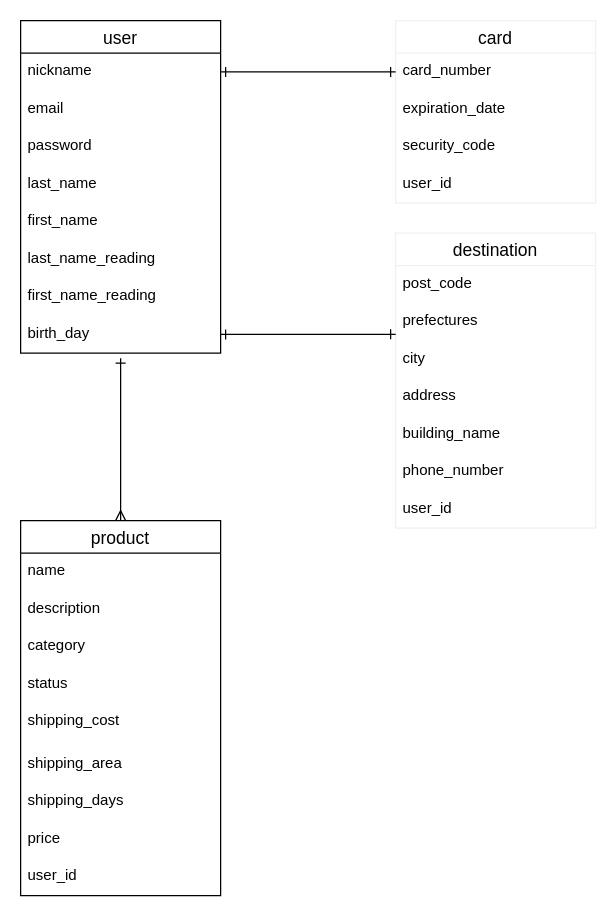
This is furima.dio from mitsurusekiguchi/furima-34455, a draw.io file, before an edit. Source tidied: cells renumbered, new cells numbered last; positions are measured from the earlier drawing's top-left corner, leaving out a move shared by most shapes. Both pictures are drawn from the tidied source at 125%, with x=0, y=0 at pixel (20, 20).
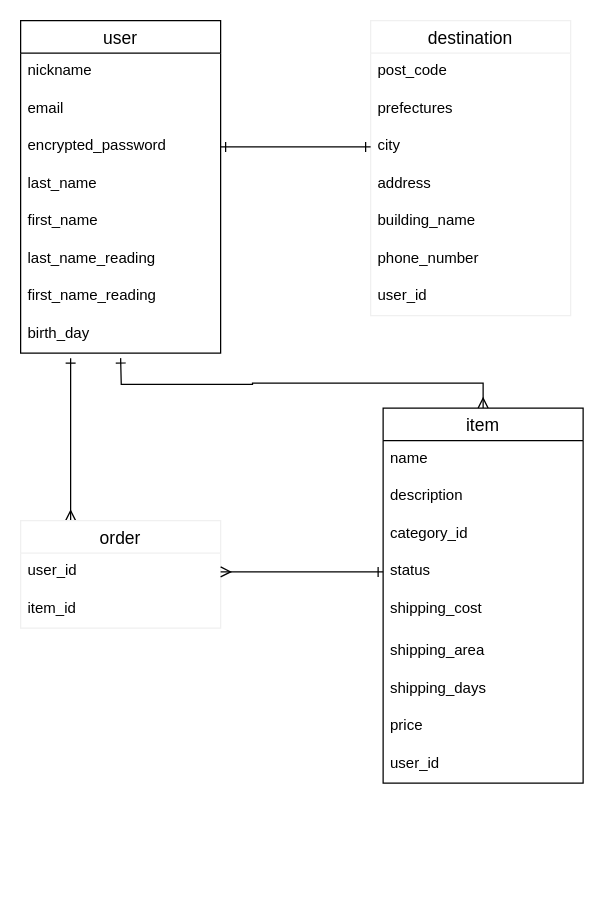
Above is the later version.

Commit message (it also covers changes not shown here):
ER図、READMEの修正

The change refers to these unchanged cells:
```xml
<mxCell id="2" value="user" style="swimlane;fontStyle=0;horizontal=1;startSize=26;align=center;fontSize=14;" parent="1" vertex="1">
  <mxGeometry width="160" height="266" as="geometry" />
</mxCell>
<mxCell id="3" value="nickname" style="text;strokeColor=none;fillColor=none;spacingLeft=4;spacingRight=4;overflow=hidden;points=[[0,0.5],[1,0.5]];portConstraint=eastwest;fontSize=12;" parent="2" vertex="1">
  <mxGeometry y="26" width="160" height="30" as="geometry" />
</mxCell>
<mxCell id="10" value="birth_day" style="text;strokeColor=none;fillColor=none;spacingLeft=4;spacingRight=4;overflow=hidden;points=[[0,0.5],[1,0.5]];portConstraint=eastwest;fontSize=12;" parent="2" vertex="1">
  <mxGeometry y="236" width="160" height="30" as="geometry" />
</mxCell>
<mxCell id="16" value="status" style="text;strokeColor=none;fillColor=none;spacingLeft=4;spacingRight=4;overflow=hidden;points=[[0,0.5],[1,0.5]];portConstraint=eastwest;fontSize=12;" parent="12" vertex="1">
  <mxGeometry y="116" width="160" height="30" as="geometry" />
</mxCell>
<mxCell id="30" value="prefectures" style="text;strokeColor=none;fillColor=none;spacingLeft=4;spacingRight=4;overflow=hidden;points=[[0,0.5],[1,0.5]];portConstraint=eastwest;fontSize=12;" parent="28" vertex="1">
  <mxGeometry y="56" width="160" height="30" as="geometry" />
</mxCell>
<mxCell id="31" value="city" style="text;strokeColor=none;fillColor=none;spacingLeft=4;spacingRight=4;overflow=hidden;points=[[0,0.5],[1,0.5]];portConstraint=eastwest;fontSize=12;" parent="28" vertex="1">
  <mxGeometry y="86" width="160" height="30" as="geometry" />
</mxCell>
```

Diff of the diagram source:
```diff
@@
-    <mxCell id="5" value="password" style="text;strokeColor=none;fillColor=none;spacingLeft=4;spacingRight=4;overflow=hidden;points=[[0,0.5],[1,0.5]];portConstraint=eastwest;fontSize=12;" parent="2" vertex="1">
+    <mxCell id="5" value="encrypted_password" style="text;strokeColor=none;fillColor=none;spacingLeft=4;spacingRight=4;overflow=hidden;points=[[0,0.5],[1,0.5]];portConstraint=eastwest;fontSize=12;" parent="2" vertex="1">
       <mxGeometry y="86" width="160" height="30" as="geometry" />
     </mxCell>
@@
-    <mxCell id="12" value="product" style="swimlane;fontStyle=0;horizontal=1;startSize=26;align=center;fontSize=14;" parent="1" vertex="1">
-      <mxGeometry y="400" width="160" height="300" as="geometry" />
+    <mxCell id="12" value="item" style="swimlane;fontStyle=0;horizontal=1;startSize=26;align=center;fontSize=14;" parent="1" vertex="1">
+      <mxGeometry x="290" y="310" width="160" height="300" as="geometry" />
     </mxCell>
@@
-    <mxCell id="15" value="category" style="text;strokeColor=none;fillColor=none;spacingLeft=4;spacingRight=4;overflow=hidden;fontSize=12;" parent="12" vertex="1">
+    <mxCell id="15" value="category_id" style="text;strokeColor=none;fillColor=none;spacingLeft=4;spacingRight=4;overflow=hidden;fontSize=12;" parent="12" vertex="1">
       <mxGeometry y="86" width="160" height="30" as="geometry" />
     </mxCell>
@@
+    <mxCell id="37" style="edgeStyle=orthogonalEdgeStyle;rounded=0;jettySize=auto;html=1;exitX=0.25;exitY=0;exitDx=0;exitDy=0;startArrow=ERmany;startFill=0;endArrow=ERone;endFill=0;" parent="1" edge="1" source="22">
+      <mxGeometry relative="1" as="geometry">
+        <mxPoint x="40" y="270" as="targetPoint" />
+      </mxGeometry>
+    </mxCell>
-    <mxCell id="22" value="card" style="swimlane;fontStyle=0;horizontal=1;startSize=26;align=center;fontSize=14;strokeColor=#f0f0f0;" parent="1" vertex="1">
-      <mxGeometry x="300" width="160" height="146" as="geometry" />
+    <mxCell id="22" value="order" style="swimlane;fontStyle=0;horizontal=1;startSize=26;align=center;fontSize=14;strokeColor=#f0f0f0;" parent="1" vertex="1">
+      <mxGeometry y="400" width="160" height="86" as="geometry" />
     </mxCell>
-    <mxCell id="23" value="card_number" style="text;strokeColor=none;fillColor=none;spacingLeft=4;spacingRight=4;overflow=hidden;points=[[0,0.5],[1,0.5]];portConstraint=eastwest;fontSize=12;" parent="22" vertex="1">
+    <mxCell id="23" value="user_id" style="text;strokeColor=none;fillColor=none;spacingLeft=4;spacingRight=4;overflow=hidden;points=[[0,0.5],[1,0.5]];portConstraint=eastwest;fontSize=12;" parent="22" vertex="1">
       <mxGeometry y="26" width="160" height="30" as="geometry" />
     </mxCell>
-    <mxCell id="24" value="expiration_date" style="text;strokeColor=none;fillColor=none;spacingLeft=4;spacingRight=4;overflow=hidden;fontSize=12;" parent="22" vertex="1">
+    <mxCell id="24" value="item_id" style="text;strokeColor=none;fillColor=none;spacingLeft=4;spacingRight=4;overflow=hidden;fontSize=12;" parent="22" vertex="1">
       <mxGeometry y="56" width="160" height="30" as="geometry" />
     </mxCell>
-    <mxCell id="25" value="security_code" style="text;strokeColor=none;fillColor=none;spacingLeft=4;spacingRight=4;overflow=hidden;fontSize=12;" parent="22" vertex="1">
-      <mxGeometry y="86" width="160" height="30" as="geometry" />
-    </mxCell>
-    <mxCell id="26" value="user_id" style="text;strokeColor=none;fillColor=none;spacingLeft=4;spacingRight=4;overflow=hidden;fontSize=12;" parent="22" vertex="1">
-      <mxGeometry y="116" width="160" height="30" as="geometry" />
-    </mxCell>
-    <mxCell id="27" style="edgeStyle=orthogonalEdgeStyle;rounded=0;jettySize=auto;html=1;exitX=1;exitY=0.5;exitDx=0;exitDy=0;entryX=0;entryY=0.5;entryDx=0;entryDy=0;startArrow=ERone;startFill=0;endArrow=ERone;endFill=0;" parent="1" edge="1" source="3" target="23">
-      <mxGeometry relative="1" as="geometry" />
-    </mxCell>
     <mxCell id="28" value="destination" style="swimlane;fontStyle=0;horizontal=1;startSize=26;align=center;fontSize=14;strokeColor=#f0f0f0;" parent="1" vertex="1">
-      <mxGeometry x="300" y="170" width="160" height="236" as="geometry" />
+      <mxGeometry x="280" width="160" height="236" as="geometry" />
     </mxCell>
@@
-    <mxCell id="36" style="edgeStyle=orthogonalEdgeStyle;rounded=0;jettySize=auto;html=1;exitX=1;exitY=0.5;exitDx=0;exitDy=0;entryX=0;entryY=0.833;entryDx=0;entryDy=0;entryPerimeter=0;startArrow=ERone;startFill=0;endArrow=ERone;endFill=0;" parent="1" edge="1" source="10" target="30">
-      <mxGeometry relative="1" as="geometry" />
-    </mxCell>
+    <mxCell id="38" style="edgeStyle=orthogonalEdgeStyle;rounded=0;jettySize=auto;html=1;exitX=0;exitY=0.5;exitDx=0;exitDy=0;entryX=1;entryY=0.5;entryDx=0;entryDy=0;startArrow=ERone;startFill=0;endArrow=ERone;endFill=0;" parent="1" edge="1" source="31" target="5">
+      <mxGeometry relative="1" as="geometry" />
+    </mxCell>
+    <mxCell id="39" style="edgeStyle=orthogonalEdgeStyle;rounded=0;jettySize=auto;html=1;exitX=0;exitY=0.5;exitDx=0;exitDy=0;entryX=1;entryY=0.5;entryDx=0;entryDy=0;startArrow=ERone;startFill=0;endArrow=ERmany;endFill=0;" parent="1" edge="1" source="16" target="23">
+      <mxGeometry relative="1" as="geometry" />
+    </mxCell>
```
